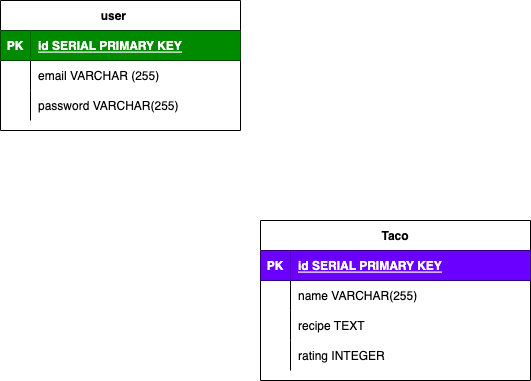
Earlier version of the draw.io export ERD.drawio.png (justin-aquino/beer-house). Source tidied: cells renumbered, new cells last; positions are measured from the earlier drawing's top-left corner, leaving out a move shared by most shapes.
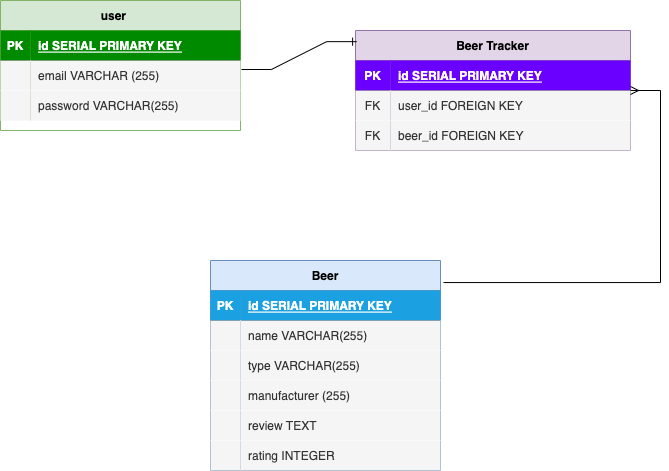
The same diagram one commit later.

Diff of the diagram source:
```diff
@@ -2,7 +2,7 @@
   <root>
     <mxCell id="0" />
     <mxCell id="1" parent="0" />
-    <mxCell id="2" value="user    " style="shape=table;startSize=30;rowLines=0;fontStyle=1;align=center;" parent="1" vertex="1">
+    <mxCell id="2" value="user    " style="shape=table;startSize=30;rowLines=0;fontStyle=1;align=center;fillColor=#d5e8d4;strokeColor=#82b366;" parent="1" vertex="1">
       <mxGeometry width="240" height="130" as="geometry" />
     </mxCell>
     <mxCell id="3" style="shape=tableRow;horizontal=0;startSize=0;swimlaneHead=0;swimlaneBody=0;fillColor=none;top=0;left=0;right=0;bottom=1;" parent="2" vertex="1">
@@ -17,59 +17,113 @@
     <mxCell id="6" style="shape=tableRow;horizontal=0;startSize=0;swimlaneHead=0;swimlaneBody=0;fillColor=none;points=[[0,0.5],[1,0.5]];portConstraint=eastwest;top=0;left=0;right=0;bottom=0;" parent="2" vertex="1">
       <mxGeometry y="60" width="240" height="30" as="geometry" />
     </mxCell>
-    <mxCell id="7" style="shape=partialRectangle;fillColor=none;top=0;left=0;bottom=0;right=0;overflow=hidden;" parent="6" vertex="1">
+    <mxCell id="7" style="shape=partialRectangle;fillColor=#f5f5f5;top=0;left=0;bottom=0;right=0;overflow=hidden;fontColor=#333333;strokeColor=#666666;" parent="6" vertex="1">
       <mxGeometry width="30" height="30" as="geometry" />
     </mxCell>
-    <mxCell id="8" value="email VARCHAR (255)" style="shape=partialRectangle;fillColor=none;top=0;left=0;bottom=0;right=0;align=left;spacingLeft=6;overflow=hidden;" parent="6" vertex="1">
+    <mxCell id="8" value="email VARCHAR (255)" style="shape=partialRectangle;fillColor=#f5f5f5;top=0;left=0;bottom=0;right=0;align=left;spacingLeft=6;overflow=hidden;fontColor=#333333;strokeColor=#666666;" parent="6" vertex="1">
       <mxGeometry x="30" width="210" height="30" as="geometry" />
     </mxCell>
     <mxCell id="9" style="shape=tableRow;horizontal=0;startSize=0;swimlaneHead=0;swimlaneBody=0;fillColor=none;top=0;left=0;right=0;bottom=0;" parent="2" vertex="1">
       <mxGeometry y="90" width="240" height="30" as="geometry" />
     </mxCell>
-    <mxCell id="10" style="shape=partialRectangle;fillColor=none;top=0;left=0;bottom=0;right=0;overflow=hidden;" parent="9" vertex="1">
+    <mxCell id="10" style="shape=partialRectangle;fillColor=#f5f5f5;top=0;left=0;bottom=0;right=0;overflow=hidden;fontColor=#333333;strokeColor=#666666;" parent="9" vertex="1">
       <mxGeometry width="30" height="30" as="geometry" />
     </mxCell>
-    <mxCell id="11" value="password VARCHAR(255)" style="shape=partialRectangle;fillColor=none;top=0;left=0;bottom=0;right=0;align=left;spacingLeft=6;overflow=hidden;" parent="9" vertex="1">
+    <mxCell id="11" value="password VARCHAR(255)" style="shape=partialRectangle;fillColor=#f5f5f5;top=0;left=0;bottom=0;right=0;align=left;spacingLeft=6;overflow=hidden;fontColor=#333333;strokeColor=#666666;" parent="9" vertex="1">
       <mxGeometry x="30" width="210" height="30" as="geometry" />
     </mxCell>
-    <mxCell id="12" value="Taco" style="shape=table;startSize=30;rowLines=0;fontStyle=1;align=center;" parent="1" vertex="1">
-      <mxGeometry x="260" y="220" width="270" height="160" as="geometry" />
+    <mxCell id="12" value="Beer Tracker" style="shape=table;startSize=30;rowLines=0;fontStyle=1;align=center;fillColor=#e1d5e7;strokeColor=#9673a6;" parent="1" vertex="1">
+      <mxGeometry x="355" y="30" width="275" height="120" as="geometry" />
     </mxCell>
     <mxCell id="13" style="shape=tableRow;horizontal=0;startSize=0;swimlaneHead=0;swimlaneBody=0;fillColor=none;top=0;left=0;right=0;bottom=1;" parent="12" vertex="1">
-      <mxGeometry y="30" width="270" height="30" as="geometry" />
+      <mxGeometry y="30" width="275" height="30" as="geometry" />
     </mxCell>
     <mxCell id="14" value="PK" style="shape=partialRectangle;fillColor=#6a00ff;top=0;left=0;bottom=0;right=0;fontStyle=1;overflow=hidden;fontColor=#ffffff;strokeColor=#3700CC;" parent="13" vertex="1">
-      <mxGeometry width="30" height="30" as="geometry" />
+      <mxGeometry width="35" height="30" as="geometry" />
     </mxCell>
     <mxCell id="15" value="id SERIAL PRIMARY KEY" style="shape=partialRectangle;fillColor=#6a00ff;top=0;left=0;bottom=0;right=0;align=left;spacingLeft=6;fontStyle=5;overflow=hidden;fontColor=#ffffff;strokeColor=#3700CC;" parent="13" vertex="1">
-      <mxGeometry x="30" width="240" height="30" as="geometry" />
+      <mxGeometry x="35" width="240" height="30" as="geometry" />
     </mxCell>
     <mxCell id="16" style="shape=tableRow;horizontal=0;startSize=0;swimlaneHead=0;swimlaneBody=0;fillColor=none;top=0;left=0;right=0;bottom=0;" parent="12" vertex="1">
-      <mxGeometry y="60" width="270" height="30" as="geometry" />
+      <mxGeometry y="60" width="275" height="30" as="geometry" />
     </mxCell>
-    <mxCell id="17" style="shape=partialRectangle;fillColor=none;top=0;left=0;bottom=0;right=0;overflow=hidden;" parent="16" vertex="1">
-      <mxGeometry width="30" height="30" as="geometry" />
+    <mxCell id="17" value="FK" style="shape=partialRectangle;fillColor=#f5f5f5;top=0;left=0;bottom=0;right=0;overflow=hidden;fontColor=#333333;strokeColor=#666666;" parent="16" vertex="1">
+      <mxGeometry width="35" height="30" as="geometry" />
     </mxCell>
-    <mxCell id="18" value="name VARCHAR(255)    " style="shape=partialRectangle;fillColor=none;top=0;left=0;bottom=0;right=0;align=left;spacingLeft=6;overflow=hidden;" parent="16" vertex="1">
-      <mxGeometry x="30" width="240" height="30" as="geometry" />
+    <mxCell id="18" value="user_id FOREIGN KEY" style="shape=partialRectangle;fillColor=#f5f5f5;top=0;left=0;bottom=0;right=0;align=left;spacingLeft=6;overflow=hidden;fontColor=#333333;strokeColor=#666666;" parent="16" vertex="1">
+      <mxGeometry x="35" width="240" height="30" as="geometry" />
     </mxCell>
     <mxCell id="19" style="shape=tableRow;horizontal=0;startSize=0;swimlaneHead=0;swimlaneBody=0;fillColor=none;top=0;left=0;right=0;bottom=0;" parent="12" vertex="1">
-      <mxGeometry y="90" width="270" height="30" as="geometry" />
+      <mxGeometry y="90" width="275" height="30" as="geometry" />
     </mxCell>
-    <mxCell id="20" style="shape=partialRectangle;fillColor=none;top=0;left=0;bottom=0;right=0;overflow=hidden;" parent="19" vertex="1">
-      <mxGeometry width="30" height="30" as="geometry" />
+    <mxCell id="20" value="FK" style="shape=partialRectangle;fillColor=#f5f5f5;top=0;left=0;bottom=0;right=0;overflow=hidden;fontColor=#333333;strokeColor=#666666;" parent="19" vertex="1">
+      <mxGeometry width="35" height="30" as="geometry" />
     </mxCell>
-    <mxCell id="21" value="recipe TEXT" style="shape=partialRectangle;fillColor=none;top=0;left=0;bottom=0;right=0;align=left;spacingLeft=6;overflow=hidden;" parent="19" vertex="1">
-      <mxGeometry x="30" width="240" height="30" as="geometry" />
+    <mxCell id="21" value="beer_id FOREIGN KEY" style="shape=partialRectangle;fillColor=#f5f5f5;top=0;left=0;bottom=0;right=0;align=left;spacingLeft=6;overflow=hidden;fontColor=#333333;strokeColor=#666666;" parent="19" vertex="1">
+      <mxGeometry x="35" width="240" height="30" as="geometry" />
     </mxCell>
-    <mxCell id="22" style="shape=tableRow;horizontal=0;startSize=0;swimlaneHead=0;swimlaneBody=0;fillColor=none;top=0;left=0;right=0;bottom=0;" parent="12" vertex="1">
-      <mxGeometry y="120" width="270" height="30" as="geometry" />
-    </mxCell>
-    <mxCell id="23" style="shape=partialRectangle;fillColor=none;top=0;left=0;bottom=0;right=0;overflow=hidden;" parent="22" vertex="1">
-      <mxGeometry width="30" height="30" as="geometry" />
-    </mxCell>
+    <mxCell id="25" style="edgeStyle=entityRelationEdgeStyle;fontSize=12;html=1;endArrow=ERone;endFill=1;rounded=0;exitX=1.004;exitY=0.3;exitDx=0;exitDy=0;exitPerimeter=0;entryX=0.004;entryY=0.093;entryDx=0;entryDy=0;entryPerimeter=0;" parent="1" edge="1" source="6" target="12">
+      <mxGeometry relative="1" as="geometry" />
+    </mxCell>
+    <mxCell id="26" value="Beer" style="shape=table;startSize=30;rowLines=0;fontStyle=1;align=center;fillColor=#dae8fc;strokeColor=#6c8ebf;" parent="1" vertex="1">
+      <mxGeometry x="210" y="260" width="230" height="210" as="geometry" />
+    </mxCell>
+    <mxCell id="27" style="shape=tableRow;horizontal=0;startSize=0;swimlaneHead=0;swimlaneBody=0;fillColor=none;top=0;left=0;right=0;bottom=1;" parent="26" vertex="1">
+      <mxGeometry y="30" width="230" height="30" as="geometry" />
+    </mxCell>
+    <mxCell id="28" value="PK" style="shape=partialRectangle;fillColor=#1ba1e2;top=0;left=0;bottom=0;right=0;fontStyle=1;overflow=hidden;fontColor=#ffffff;strokeColor=#006EAF;" parent="27" vertex="1">
+      <mxGeometry width="30" height="30" as="geometry" />
+    </mxCell>
+    <mxCell id="29" value="id SERIAL PRIMARY KEY" style="shape=partialRectangle;fillColor=#1ba1e2;top=0;left=0;bottom=0;right=0;align=left;spacingLeft=6;fontStyle=5;overflow=hidden;fontColor=#ffffff;strokeColor=#006EAF;" parent="27" vertex="1">
+      <mxGeometry x="30" width="200" height="30" as="geometry" />
+    </mxCell>
+    <mxCell id="30" style="shape=tableRow;horizontal=0;startSize=0;swimlaneHead=0;swimlaneBody=0;fillColor=none;top=0;left=0;right=0;bottom=0;" parent="26" vertex="1">
+      <mxGeometry y="60" width="230" height="30" as="geometry" />
+    </mxCell>
+    <mxCell id="31" style="shape=partialRectangle;fillColor=#f5f5f5;top=0;left=0;bottom=0;right=0;overflow=hidden;fontColor=#333333;strokeColor=#666666;" parent="30" vertex="1">
+      <mxGeometry width="30" height="30" as="geometry" />
+    </mxCell>
+    <mxCell id="32" value="name VARCHAR(255)" style="shape=partialRectangle;fillColor=#f5f5f5;top=0;left=0;bottom=0;right=0;align=left;spacingLeft=6;overflow=hidden;fontColor=#333333;strokeColor=#666666;" parent="30" vertex="1">
+      <mxGeometry x="30" width="200" height="30" as="geometry" />
+    </mxCell>
+    <mxCell id="33" style="shape=tableRow;horizontal=0;startSize=0;swimlaneHead=0;swimlaneBody=0;fillColor=none;top=0;left=0;right=0;bottom=0;" parent="26" vertex="1">
+      <mxGeometry y="90" width="230" height="30" as="geometry" />
+    </mxCell>
+    <mxCell id="34" style="shape=partialRectangle;fillColor=#f5f5f5;top=0;left=0;bottom=0;right=0;overflow=hidden;fontColor=#333333;strokeColor=#666666;" parent="33" vertex="1">
+      <mxGeometry width="30" height="30" as="geometry" />
+    </mxCell>
+    <mxCell id="35" value="type VARCHAR(255)" style="shape=partialRectangle;fillColor=#f5f5f5;top=0;left=0;bottom=0;right=0;align=left;spacingLeft=6;overflow=hidden;fontColor=#333333;strokeColor=#666666;" parent="33" vertex="1">
+      <mxGeometry x="30" width="200" height="30" as="geometry" />
+    </mxCell>
+    <mxCell id="36" style="shape=tableRow;horizontal=0;startSize=0;swimlaneHead=0;swimlaneBody=0;fillColor=none;top=0;left=0;right=0;bottom=0;" parent="26" vertex="1">
+      <mxGeometry y="120" width="230" height="30" as="geometry" />
+    </mxCell>
+    <mxCell id="37" style="shape=partialRectangle;fillColor=#f5f5f5;top=0;left=0;bottom=0;right=0;overflow=hidden;fontColor=#333333;strokeColor=#666666;" parent="36" vertex="1">
+      <mxGeometry width="30" height="30" as="geometry" />
+    </mxCell>
+    <mxCell id="38" value="manufacturer (255)" style="shape=partialRectangle;fillColor=#f5f5f5;top=0;left=0;bottom=0;right=0;align=left;spacingLeft=6;overflow=hidden;fontColor=#333333;strokeColor=#666666;" parent="36" vertex="1">
+      <mxGeometry x="30" width="200" height="30" as="geometry" />
+    </mxCell>
+    <mxCell id="39" style="shape=tableRow;horizontal=0;startSize=0;swimlaneHead=0;swimlaneBody=0;fillColor=none;top=0;left=0;right=0;bottom=0;" parent="26" vertex="1">
+      <mxGeometry y="150" width="230" height="30" as="geometry" />
+    </mxCell>
+    <mxCell id="40" style="shape=partialRectangle;fillColor=#f5f5f5;top=0;left=0;bottom=0;right=0;overflow=hidden;fontColor=#333333;strokeColor=#666666;" parent="39" vertex="1">
+      <mxGeometry width="30" height="30" as="geometry" />
+    </mxCell>
+    <mxCell id="41" value="review TEXT" style="shape=partialRectangle;fillColor=#f5f5f5;top=0;left=0;bottom=0;right=0;align=left;spacingLeft=6;overflow=hidden;fontColor=#333333;strokeColor=#666666;" parent="39" vertex="1">
+      <mxGeometry x="30" width="200" height="30" as="geometry" />
+    </mxCell>
+    <mxCell id="42" style="shape=tableRow;horizontal=0;startSize=0;swimlaneHead=0;swimlaneBody=0;fillColor=none;top=0;left=0;right=0;bottom=0;" parent="26" vertex="1">
+      <mxGeometry y="180" width="230" height="30" as="geometry" />
+    </mxCell>
+    <mxCell id="43" style="shape=partialRectangle;fillColor=#f5f5f5;top=0;left=0;bottom=0;right=0;overflow=hidden;fontColor=#333333;strokeColor=#666666;" parent="42" vertex="1">
+      <mxGeometry width="30" height="30" as="geometry" />
+    </mxCell>
-    <mxCell id="24" value="rating INTEGER" style="shape=partialRectangle;fillColor=none;top=0;left=0;bottom=0;right=0;align=left;spacingLeft=6;overflow=hidden;" parent="22" vertex="1">
-      <mxGeometry x="30" width="240" height="30" as="geometry" />
+    <mxCell id="24" value="rating INTEGER" style="shape=partialRectangle;fillColor=#f5f5f5;top=0;left=0;bottom=0;right=0;align=left;spacingLeft=6;overflow=hidden;fontColor=#333333;strokeColor=#666666;" parent="42" vertex="1">
+      <mxGeometry x="30" width="200" height="30" as="geometry" />
     </mxCell>
+    <mxCell id="44" style="edgeStyle=entityRelationEdgeStyle;fontSize=12;html=1;endArrow=ERmany;rounded=0;exitX=1.013;exitY=0.105;exitDx=0;exitDy=0;exitPerimeter=0;" parent="1" edge="1" source="26" target="12">
+      <mxGeometry relative="1" as="geometry" />
+    </mxCell>
   </root>
 </mxGraphModel>
```
